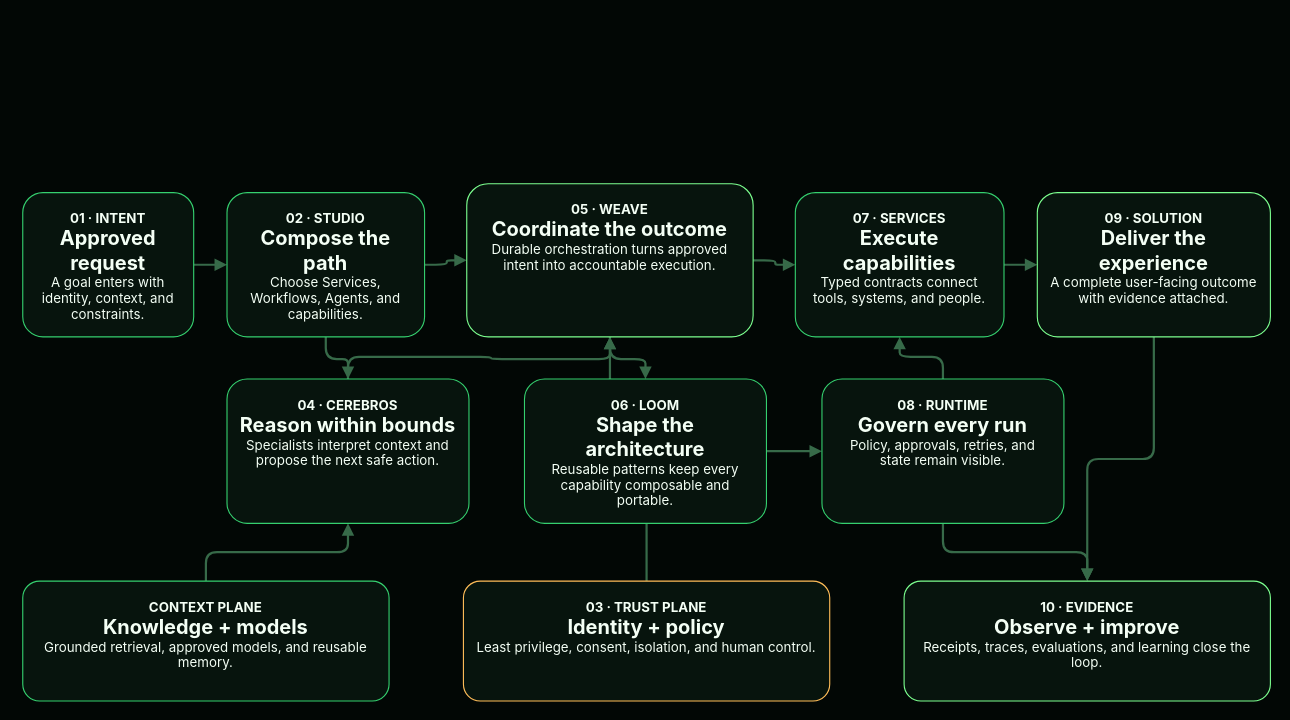
Above: assets/brand/brainzbytes-contextweaver-overview.drawio in brainzbytes/contextweaver-public-site (draw.io), before the change. Source tidied: cells renumbered, new cells numbered last; positions are measured from the earlier drawing's top-left corner, leaving out a move shared by most shapes. Both pictures are drawn from the tidied source at 111%, with x=0, y=0 at pixel (22, 183).
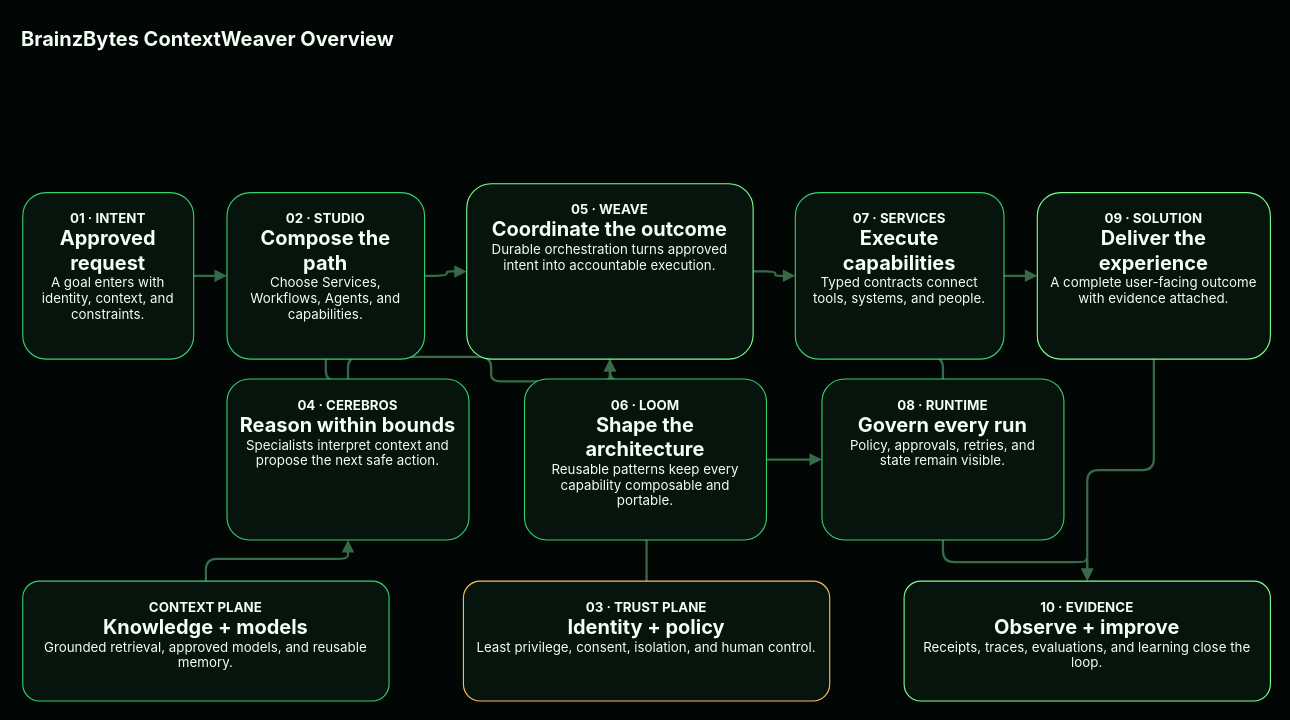
Above is the later version.

The edit, as a diff of the source:
```diff
@@
+    <mxCell id="26" value="BrainzBytes ContextWeaver Overview" style="text;html=1;strokeColor=none;fillColor=none;whiteSpace=wrap;fontSize=18;fontStyle=1;fontFamily=Inter;fontColor=#f4fff5;align=left;" parent="1" vertex="1">
+      <mxGeometry x="-3" y="-148" width="900" height="40" as="geometry" />
+    </mxCell>
@@
     <mxCell id="15" value="&lt;b&gt;01 · INTENT&lt;/b&gt;&lt;br&gt;&lt;font style='font-size: 18px'&gt;&lt;b&gt;Approved request&lt;/b&gt;&lt;/font&gt;&lt;br&gt;A goal enters with identity, context, and constraints." style="rounded=1;whiteSpace=wrap;html=1;fillColor=#07140d;strokeColor=#35d06f;fontColor=#f4fff5;fontFamily=Inter;spacing=12;verticalAlign=top;arcSize=14;" parent="1" vertex="1">
-      <mxGeometry y="8" width="154" height="130" as="geometry" />
+      <mxGeometry y="8" width="154" height="150" as="geometry" />
     </mxCell>
     <mxCell id="16" value="&lt;b&gt;02 · STUDIO&lt;/b&gt;&lt;br&gt;&lt;font style='font-size: 18px'&gt;&lt;b&gt;Compose the path&lt;/b&gt;&lt;/font&gt;&lt;br&gt;Choose Services, Workflows, Agents, and capabilities." style="rounded=1;whiteSpace=wrap;html=1;fillColor=#07140d;strokeColor=#35d06f;fontColor=#f4fff5;fontFamily=Inter;spacing=12;verticalAlign=top;arcSize=14;" parent="1" vertex="1">
-      <mxGeometry x="184" y="8" width="178" height="130" as="geometry" />
+      <mxGeometry x="184" y="8" width="178" height="150" as="geometry" />
     </mxCell>
     <mxCell id="17" value="&lt;b&gt;05 · WEAVE&lt;/b&gt;&lt;br&gt;&lt;font style='font-size: 18px'&gt;&lt;b&gt;Coordinate the outcome&lt;/b&gt;&lt;/font&gt;&lt;br&gt;Durable orchestration turns approved intent into accountable execution." style="rounded=1;whiteSpace=wrap;html=1;fillColor=#07140d;strokeColor=#7cff8f;fontColor=#f4fff5;fontFamily=Inter;spacing=12;verticalAlign=top;arcSize=14;" parent="1" vertex="1">
-      <mxGeometry x="400" width="258" height="138" as="geometry" />
+      <mxGeometry x="400" width="258" height="158" as="geometry" />
     </mxCell>
     <mxCell id="18" value="&lt;b&gt;07 · SERVICES&lt;/b&gt;&lt;br&gt;&lt;font style='font-size: 18px'&gt;&lt;b&gt;Execute capabilities&lt;/b&gt;&lt;/font&gt;&lt;br&gt;Typed contracts connect tools, systems, and people." style="rounded=1;whiteSpace=wrap;html=1;fillColor=#07140d;strokeColor=#35d06f;fontColor=#f4fff5;fontFamily=Inter;spacing=12;verticalAlign=top;arcSize=14;" parent="1" vertex="1">
-      <mxGeometry x="696" y="8" width="188" height="130" as="geometry" />
+      <mxGeometry x="696" y="8" width="188" height="150" as="geometry" />
     </mxCell>
     <mxCell id="19" value="&lt;b&gt;09 · SOLUTION&lt;/b&gt;&lt;br&gt;&lt;font style='font-size: 18px'&gt;&lt;b&gt;Deliver the experience&lt;/b&gt;&lt;/font&gt;&lt;br&gt;A complete user-facing outcome with evidence attached." style="rounded=1;whiteSpace=wrap;html=1;fillColor=#07140d;strokeColor=#7cff8f;fontColor=#f4fff5;fontFamily=Inter;spacing=12;verticalAlign=top;arcSize=14;" parent="1" vertex="1">
-      <mxGeometry x="914" y="8" width="210" height="130" as="geometry" />
+      <mxGeometry x="914" y="8" width="210" height="150" as="geometry" />
     </mxCell>
     <mxCell id="20" value="&lt;b&gt;04 · CEREBROS&lt;/b&gt;&lt;br&gt;&lt;font style='font-size: 18px'&gt;&lt;b&gt;Reason within bounds&lt;/b&gt;&lt;/font&gt;&lt;br&gt;Specialists interpret context and propose the next safe action." style="rounded=1;whiteSpace=wrap;html=1;fillColor=#07140d;strokeColor=#35d06f;fontColor=#f4fff5;fontFamily=Inter;spacing=12;verticalAlign=top;arcSize=14;" parent="1" vertex="1">
-      <mxGeometry x="184" y="176" width="218" height="130" as="geometry" />
+      <mxGeometry x="184" y="176" width="218" height="145" as="geometry" />
     </mxCell>
     <mxCell id="21" value="&lt;b&gt;06 · LOOM&lt;/b&gt;&lt;br&gt;&lt;font style='font-size: 18px'&gt;&lt;b&gt;Shape the architecture&lt;/b&gt;&lt;/font&gt;&lt;br&gt;Reusable patterns keep every capability composable and portable." style="rounded=1;whiteSpace=wrap;html=1;fillColor=#07140d;strokeColor=#35d06f;fontColor=#f4fff5;fontFamily=Inter;spacing=12;verticalAlign=top;arcSize=14;" parent="1" vertex="1">
-      <mxGeometry x="452" y="176" width="218" height="130" as="geometry" />
+      <mxGeometry x="452" y="176" width="218" height="145" as="geometry" />
     </mxCell>
     <mxCell id="22" value="&lt;b&gt;08 · RUNTIME&lt;/b&gt;&lt;br&gt;&lt;font style='font-size: 18px'&gt;&lt;b&gt;Govern every run&lt;/b&gt;&lt;/font&gt;&lt;br&gt;Policy, approvals, retries, and state remain visible." style="rounded=1;whiteSpace=wrap;html=1;fillColor=#07140d;strokeColor=#35d06f;fontColor=#f4fff5;fontFamily=Inter;spacing=12;verticalAlign=top;arcSize=14;" parent="1" vertex="1">
-      <mxGeometry x="720" y="176" width="218" height="130" as="geometry" />
+      <mxGeometry x="720" y="176" width="218" height="145" as="geometry" />
     </mxCell>
```
